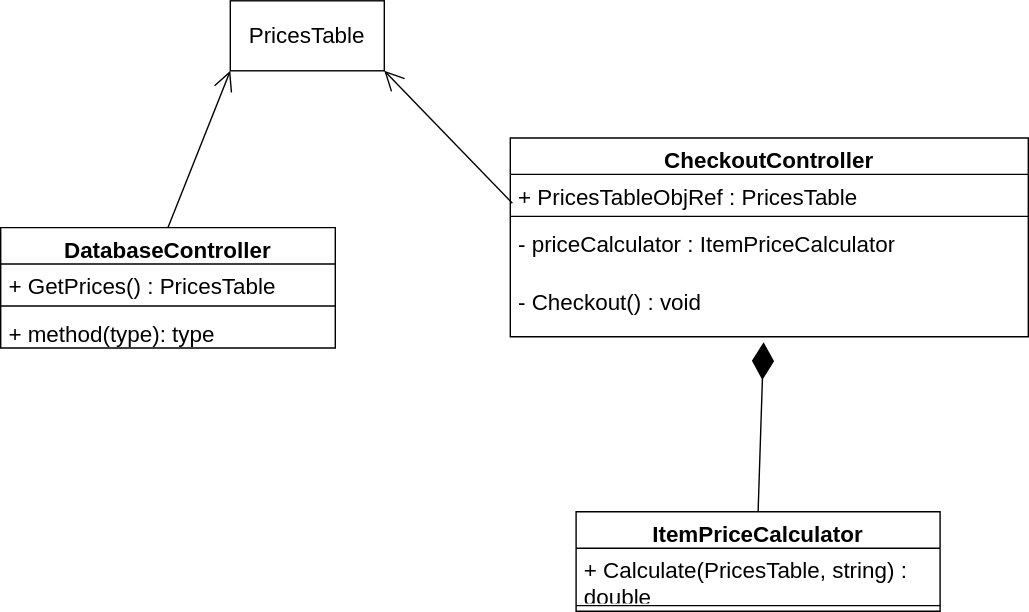
This is SupermarketCheckout.svg from sameert89/SupermarketCheckoutLib, a draw.io export, as it was before one commit. Source tidied: cells renumbered, new cells last; positions are measured from the earlier drawing's top-left corner, leaving out a move shared by most shapes.
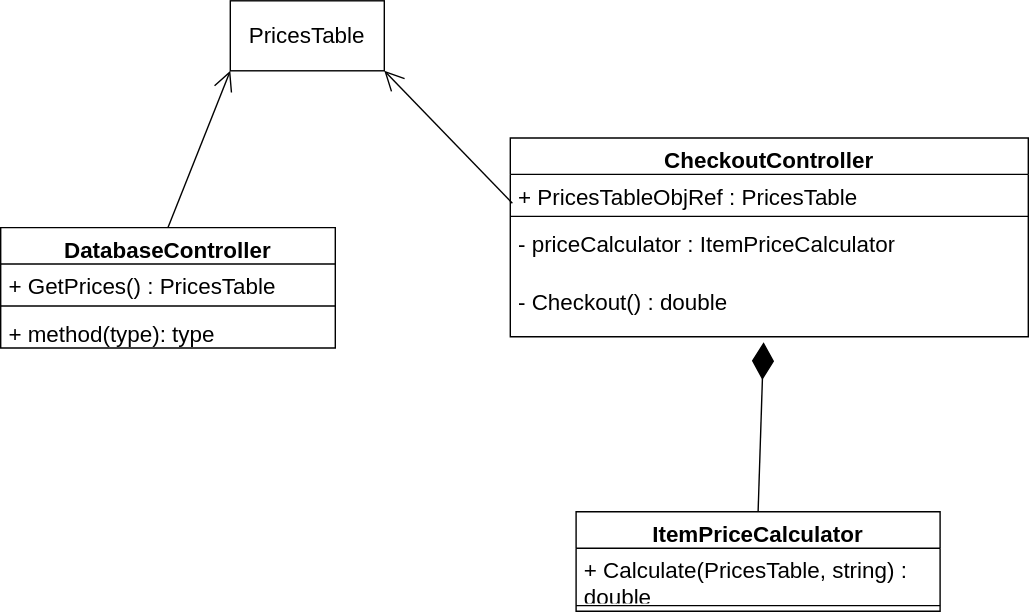
The same file after the commit.

What changed in the source:
```diff
@@ -14,7 +14,7 @@
     <mxCell id="5" value="- priceCalculator : ItemPriceCalculator" style="text;strokeColor=none;fillColor=none;align=left;verticalAlign=top;spacingLeft=4;spacingRight=4;overflow=hidden;whiteSpace=wrap;html=1;fontSize=16;" parent="2" vertex="1">
       <mxGeometry y="60" width="370" height="41" as="geometry" />
     </mxCell>
-    <mxCell id="6" value="- Checkout() : void" style="text;strokeColor=none;fillColor=none;align=left;verticalAlign=top;spacingLeft=4;spacingRight=4;overflow=hidden;points=[[0,0.5],[1,0.5]];portConstraint=eastwest;whiteSpace=wrap;html=1;fontSize=16;" parent="2" vertex="1">
+    <mxCell id="6" value="- Checkout() : double" style="text;strokeColor=none;fillColor=none;align=left;verticalAlign=top;spacingLeft=4;spacingRight=4;overflow=hidden;points=[[0,0.5],[1,0.5]];portConstraint=eastwest;whiteSpace=wrap;html=1;fontSize=16;" parent="2" vertex="1">
       <mxGeometry y="101" width="370" height="41" as="geometry" />
     </mxCell>
     <mxCell id="7" value="PricesTable" style="html=1;whiteSpace=wrap;fontSize=16;" parent="1" vertex="1">
```
